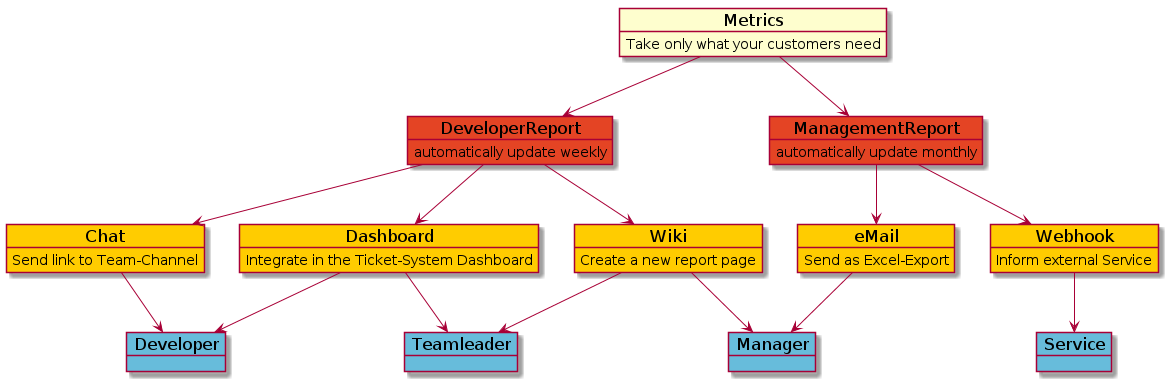
The PlantUML diagram _images/plantuml-c79c5a81f232423f120beaf3f3de5ab3631ebaeb.png in useblocks/presentations, before a commit.
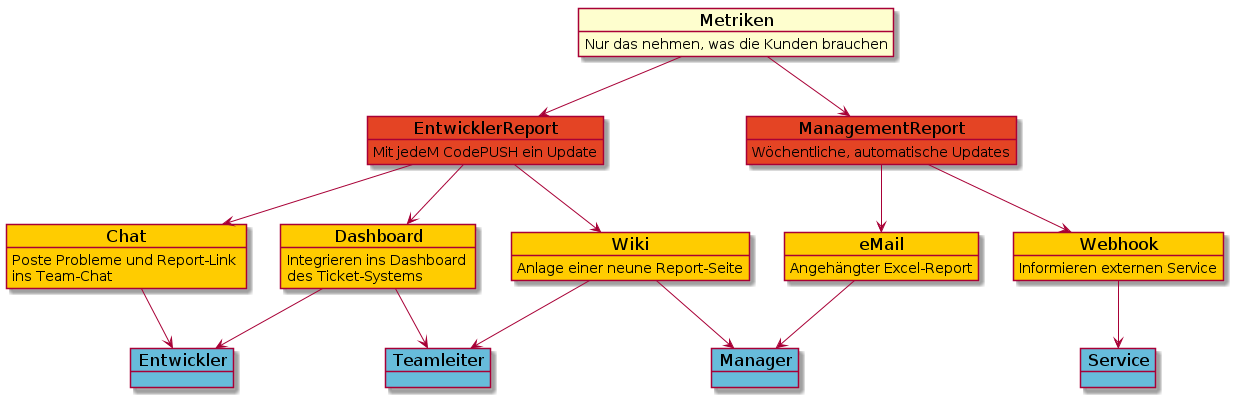
Above is the later version.

The edit, as a diff of the source:
```diff
@@ -18,57 +18,57 @@
 
 
 
-object Metrics {
-Take only what your customers need
+object Metriken {
+Nur das nehmen, was die Kunden brauchen
 }
 
-object DeveloperReport #E44424 {
-automatically update weekly
+object EntwicklerReport #E44424 {
+Mit jedeM CodePUSH ein Update
 }
 
 object ManagementReport #E44424 {
-automatically update monthly
+Wöchentliche, automatische Updates
 }
 
 object eMail #FFCC00 {
-Send as Excel-Export
+Angehängter Excel-Report
 }
 
 object Wiki #FFCC00 {
-Create a new report page
+Anlage einer neune Report-Seite
 }
 
 object Dashboard #FFCC00 {
-Integrate in the Ticket-System Dashboard
+Integrieren ins Dashboard \ldes Ticket-Systems
 }
 
 object Chat #FFCC00 {
-Send link to Team-Channel
-           }
+Poste Probleme und Report-Link \lins Team-Chat
+}
 
 object Webhook #FFCC00 {
-Inform external Service
+Informieren externen Service
 }
 
-object Developer #67BCDB
-object Teamleader #67BCDB
+object Entwickler #67BCDB
+object Teamleiter #67BCDB
 object Manager #67BCDB
 object Service #67BCDB
 
-Metrics --> DeveloperReport
-Metrics --> ManagementReport
-DeveloperReport --> Wiki
-DeveloperReport --> Chat
-DeveloperReport --> Dashboard
+Metriken --> EntwicklerReport
+Metriken --> ManagementReport
+EntwicklerReport --> Wiki
+EntwicklerReport --> Chat
+EntwicklerReport --> Dashboard
 
 ManagementReport --> eMail
 ManagementReport --> Webhook
 
-Dashboard --> Developer
-Wiki --> Teamleader
+Dashboard --> Entwickler
+Wiki --> Teamleiter
 Wiki --> Manager
-Chat --> Developer
-Dashboard --> Teamleader
+Chat --> Entwickler
+Dashboard --> Teamleiter
 eMail --> Manager
 Webhook --> Service
 
```
